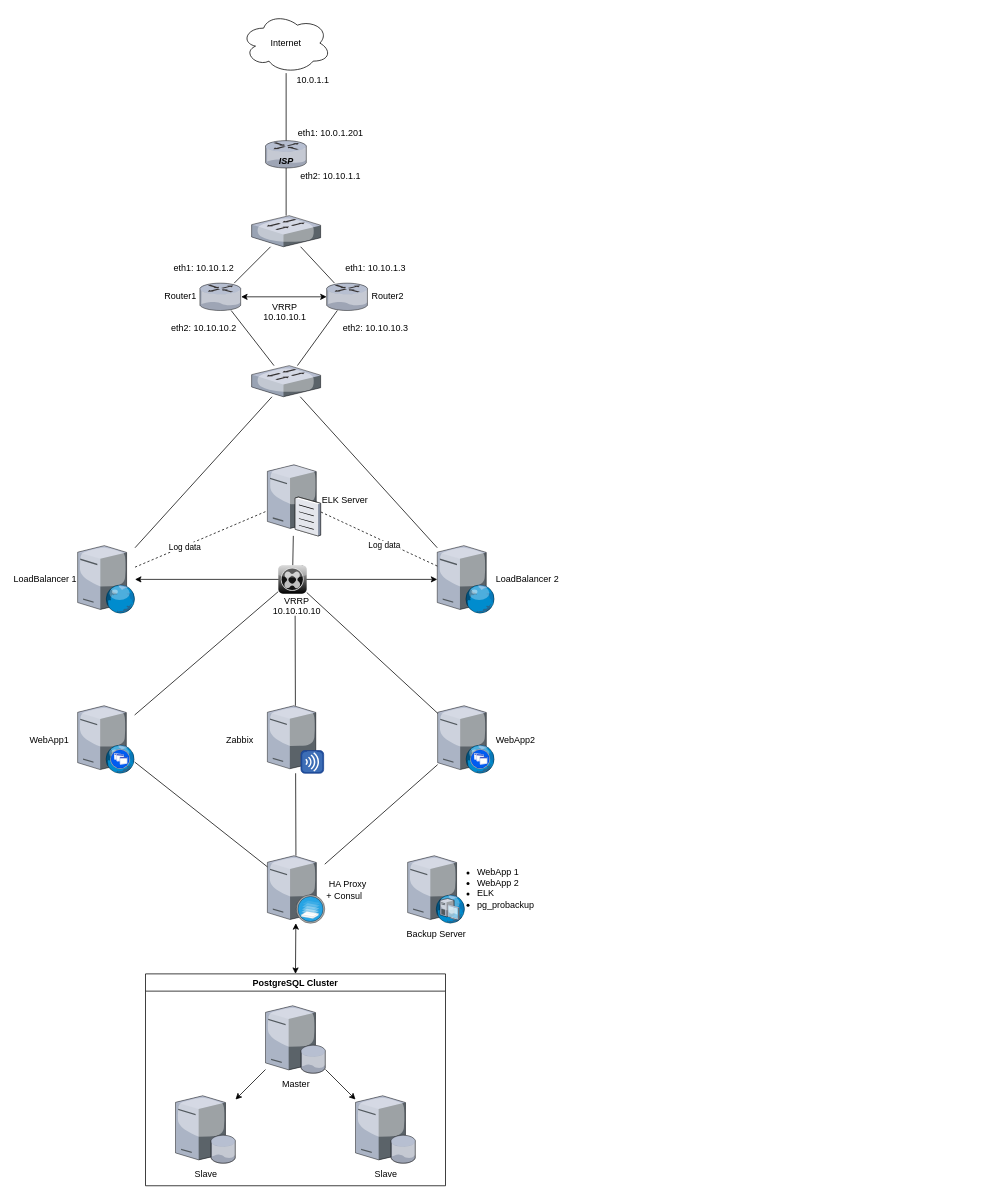
The draw.io diagram MainDiagram.drawio in OSPFS/OTUS-FINAL-PROJECT, before the edit. Source tidied: cells renumbered, new cells numbered last; positions are measured from the earlier drawing's top-left corner, leaving out a move shared by most shapes. Both pictures are drawn from the tidied source at 75%, with x=0, y=0 at pixel (77, 13).
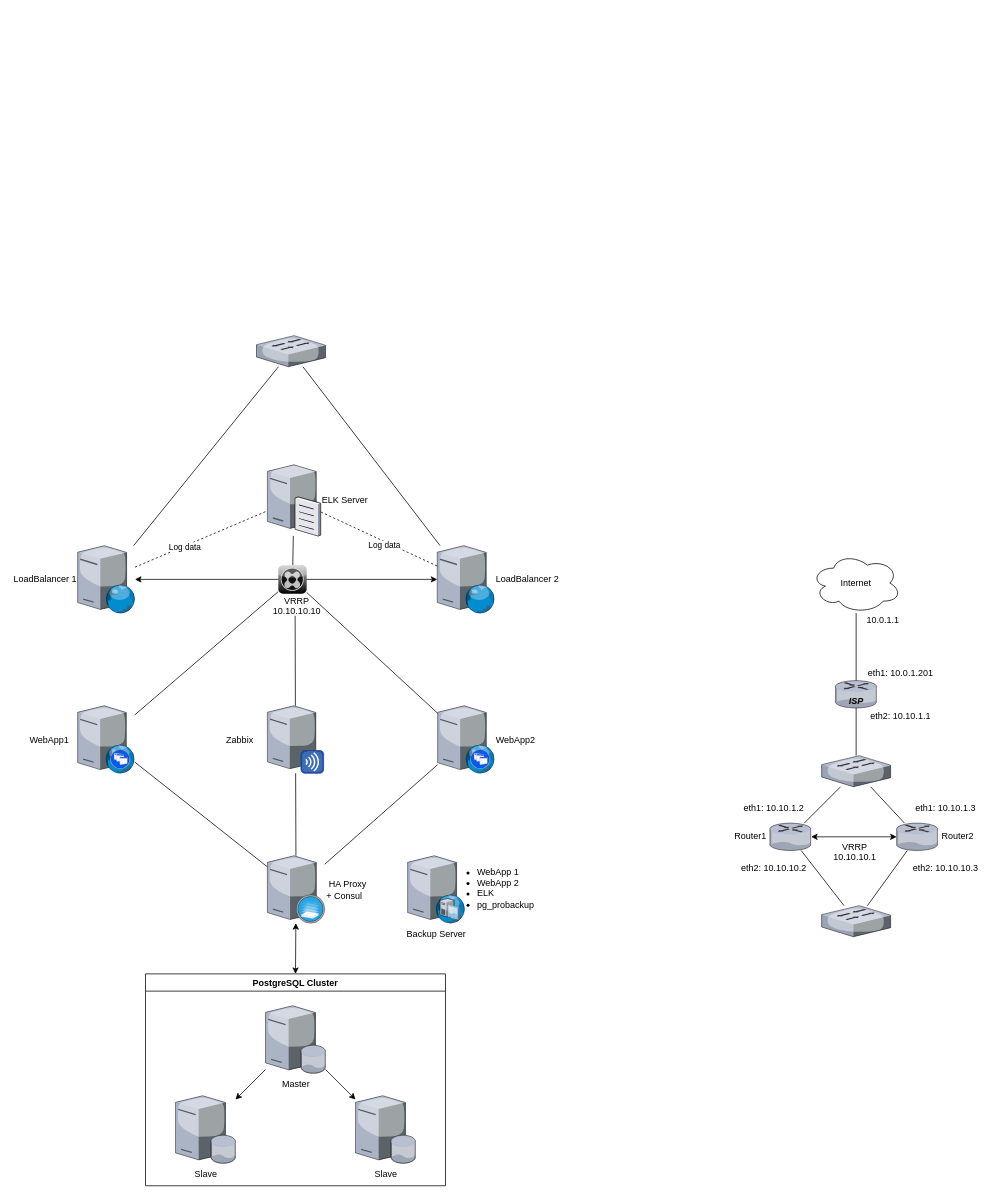
The same page after the edit.

Unchanged cells that the change refers to:
```xml
<mxCell id="4" value="LoadBalancer 1" style="verticalLabelPosition=middle;html=1;verticalAlign=middle;strokeColor=none;align=right;outlineConnect=0;shape=mxgraph.citrix.web_server;labelPosition=left;" parent="1" vertex="1">
  <mxGeometry y="710" width="76.5" height="90" as="geometry" />
</mxCell>
<mxCell id="44" value="LoadBalancer 2" style="verticalLabelPosition=middle;html=1;verticalAlign=middle;strokeColor=none;align=left;outlineConnect=0;shape=mxgraph.citrix.web_server;labelPosition=right;" parent="1" vertex="1">
  <mxGeometry x="479.5" y="710" width="76.5" height="90" as="geometry" />
</mxCell>
```

Change to the diagram source:
```diff
@@
     <mxCell id="9" value="&lt;div&gt;Router1&amp;nbsp;&lt;/div&gt;" style="verticalLabelPosition=middle;html=1;verticalAlign=middle;strokeColor=none;align=right;outlineConnect=0;shape=mxgraph.citrix.router;labelPosition=left;" parent="1" vertex="1">
-      <mxGeometry x="163" y="360" width="55" height="36.5" as="geometry" />
+      <mxGeometry x="923" y="1080" width="55" height="36.5" as="geometry" />
     </mxCell>
@@
     <mxCell id="13" value="&lt;div&gt;&amp;nbsp;Router2&lt;/div&gt;" style="verticalLabelPosition=middle;html=1;verticalAlign=middle;strokeColor=none;align=left;outlineConnect=0;shape=mxgraph.citrix.router;labelPosition=right;" parent="1" vertex="1">
-      <mxGeometry x="332" y="360" width="55" height="36.5" as="geometry" />
+      <mxGeometry x="1092" y="1080" width="55" height="36.5" as="geometry" />
     </mxCell>
     <mxCell id="14" value="&lt;div&gt;ISP&lt;/div&gt;" style="verticalLabelPosition=middle;html=1;verticalAlign=bottom;strokeColor=none;align=center;outlineConnect=0;shape=mxgraph.citrix.router;labelPosition=center;fontStyle=3;horizontal=1;" parent="1" vertex="1">
-      <mxGeometry x="250.5" y="170" width="55" height="36.5" as="geometry" />
+      <mxGeometry x="1010.5" y="890" width="55" height="36.5" as="geometry" />
     </mxCell>
@@
     <mxCell id="17" value="Internet" style="ellipse;shape=cloud;whiteSpace=wrap;html=1;" parent="1" vertex="1">
-      <mxGeometry x="218" width="120" height="80" as="geometry" />
+      <mxGeometry x="978" y="720" width="120" height="80" as="geometry" />
     </mxCell>
@@
     <mxCell id="20" value="eth2: 10.10.1.1" style="text;html=1;strokeColor=none;fillColor=none;align=center;verticalAlign=middle;whiteSpace=wrap;rounded=0;" parent="1" vertex="1">
-      <mxGeometry x="288" y="206.5" width="99" height="20" as="geometry" />
+      <mxGeometry x="1048" y="926.5" width="99" height="20" as="geometry" />
     </mxCell>
     <mxCell id="21" value="eth1: 10.0.1.201" style="text;html=1;strokeColor=none;fillColor=none;align=center;verticalAlign=middle;whiteSpace=wrap;rounded=0;" parent="1" vertex="1">
-      <mxGeometry x="288" y="150" width="99" height="20" as="geometry" />
+      <mxGeometry x="1048" y="870" width="99" height="20" as="geometry" />
     </mxCell>
     <mxCell id="22" value="10.0.1.1" style="text;html=1;strokeColor=none;fillColor=none;align=center;verticalAlign=middle;whiteSpace=wrap;rounded=0;" parent="1" vertex="1">
-      <mxGeometry x="293.8" y="80" width="40" height="20" as="geometry" />
+      <mxGeometry x="1053.8" y="800" width="40" height="20" as="geometry" />
     </mxCell>
     <mxCell id="23" style="verticalLabelPosition=bottom;html=1;verticalAlign=top;strokeColor=none;align=center;outlineConnect=0;shape=mxgraph.citrix.switch;" parent="1" vertex="1">
-      <mxGeometry x="232" y="270" width="92" height="41.5" as="geometry" />
+      <mxGeometry x="992" y="990" width="92" height="41.5" as="geometry" />
     </mxCell>
@@
     <mxCell id="25" value="eth1: 10.10.1.3" style="text;html=1;strokeColor=none;fillColor=none;align=center;verticalAlign=middle;whiteSpace=wrap;rounded=0;" parent="1" vertex="1">
-      <mxGeometry x="348" y="330" width="99" height="20" as="geometry" />
+      <mxGeometry x="1108" y="1050" width="99" height="20" as="geometry" />
     </mxCell>
     <mxCell id="26" value="eth1: 10.10.1.2" style="text;html=1;strokeColor=none;fillColor=none;align=center;verticalAlign=middle;whiteSpace=wrap;rounded=0;" parent="1" vertex="1">
-      <mxGeometry x="119" y="330" width="99" height="20" as="geometry" />
+      <mxGeometry x="879" y="1050" width="99" height="20" as="geometry" />
     </mxCell>
@@
     <mxCell id="28" style="verticalLabelPosition=bottom;html=1;verticalAlign=top;strokeColor=none;align=center;outlineConnect=0;shape=mxgraph.citrix.switch;" parent="1" vertex="1">
-      <mxGeometry x="232" y="470" width="92" height="41.5" as="geometry" />
+      <mxGeometry x="992" y="1190" width="92" height="41.5" as="geometry" />
     </mxCell>
     <mxCell id="29" value="eth2: 10.10.10.3" style="text;html=1;strokeColor=none;fillColor=none;align=center;verticalAlign=middle;whiteSpace=wrap;rounded=0;" parent="1" vertex="1">
-      <mxGeometry x="348" y="410" width="99" height="20" as="geometry" />
+      <mxGeometry x="1108" y="1130" width="99" height="20" as="geometry" />
     </mxCell>
     <mxCell id="30" value="eth2: 10.10.10.2" style="text;html=1;strokeColor=none;fillColor=none;align=center;verticalAlign=middle;whiteSpace=wrap;rounded=0;" parent="1" vertex="1">
-      <mxGeometry x="119" y="410" width="99" height="20" as="geometry" />
+      <mxGeometry x="879" y="1130" width="99" height="20" as="geometry" />
     </mxCell>
@@
-    <mxCell id="47" style="endArrow=none;html=1;" parent="1" edge="1" source="44" target="28">
+    <mxCell id="47" style="endArrow=none;html=1;" parent="1" edge="1" source="44" target="56">
       <mxGeometry relative="1" as="geometry" />
     </mxCell>
-    <mxCell id="48" style="endArrow=none;html=1;" parent="1" edge="1" source="28" target="4">
+    <mxCell id="48" style="endArrow=none;html=1;" parent="1" edge="1" source="56" target="4">
       <mxGeometry relative="1" as="geometry" />
     </mxCell>
@@
+    <mxCell id="56" style="verticalLabelPosition=bottom;html=1;verticalAlign=top;strokeColor=none;align=center;outlineConnect=0;shape=mxgraph.citrix.switch;" parent="1" vertex="1">
+      <mxGeometry x="238.5" y="430" width="92" height="41.5" as="geometry" />
+    </mxCell>
```
